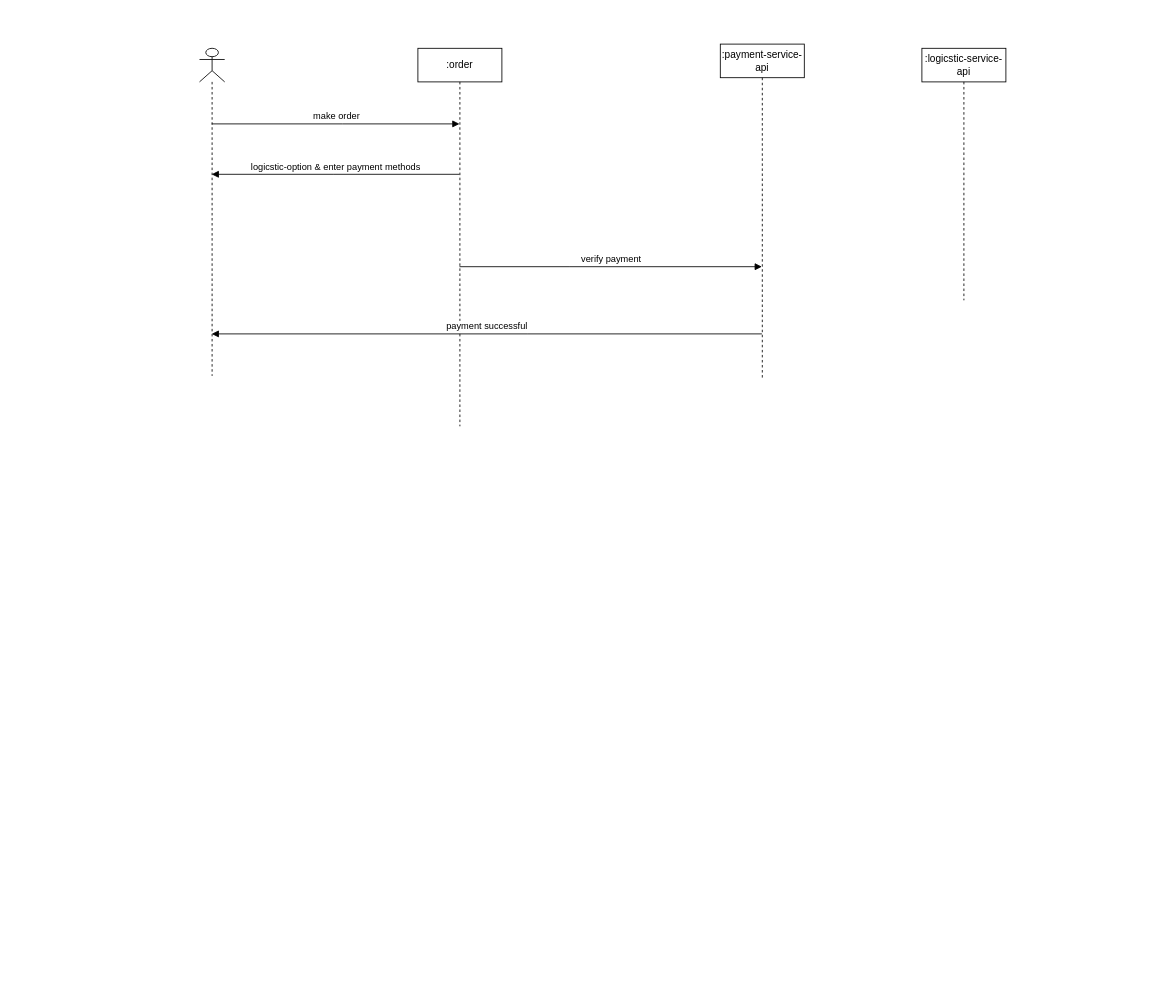
Above: uml1.drawio in huyga1185/buyit_cnpm (draw.io), before the change. Source tidied: cells renumbered, new cells numbered last; positions are measured from the earlier drawing's top-left corner, leaving out a move shared by most shapes. Both pictures are drawn from the tidied source at 84%, with x=0, y=0 at pixel (199, 44).
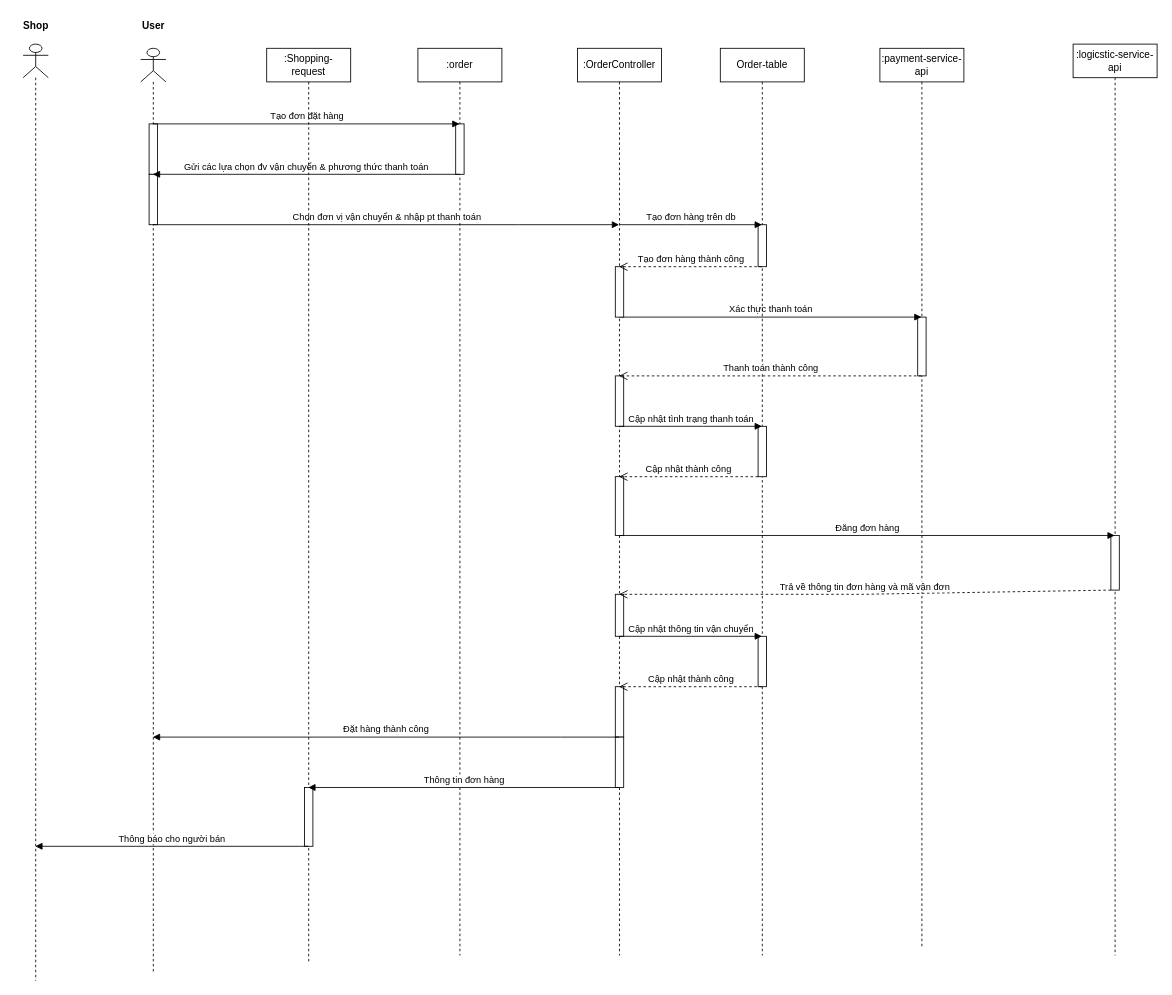
The same page after the edit.

Commit message:
Cập nhật uml1.drawio

Diff of the diagram source:
```diff
@@
     <mxCell id="2" style="shape=umlLifeline;perimeter=lifelinePerimeter;whiteSpace=wrap;html=1;outlineConnect=0;portConstraint=eastwest;newEdgeStyle={&quot;curved&quot;:0,&quot;rounded&quot;:0};participant=umlActor;" parent="1" vertex="1">
-      <mxGeometry y="5" width="30" height="390" as="geometry" />
+      <mxGeometry x="-70" y="5" width="30" height="1100" as="geometry" />
     </mxCell>
+    <mxCell id="10" style="html=1;perimeter=orthogonalPerimeter;targetShapes=umlLifeline;newEdgeStyle={&quot;curved&quot;:0,&quot;rounded&quot;:0};" parent="2" vertex="1">
+      <mxGeometry x="10" y="90" width="10" height="60" as="geometry" />
+    </mxCell>
+    <mxCell id="11" style="html=1;perimeter=orthogonalPerimeter;targetShapes=umlLifeline;newEdgeStyle={&quot;curved&quot;:0,&quot;rounded&quot;:0};" parent="2" vertex="1">
+      <mxGeometry x="10" y="150" width="10" height="60" as="geometry" />
+    </mxCell>
     <mxCell id="3" value=":order" style="shape=umlLifeline;perimeter=lifelinePerimeter;whiteSpace=wrap;html=1;outlineConnect=0;portConstraint=eastwest;newEdgeStyle={&quot;curved&quot;:0,&quot;rounded&quot;:0};" parent="1" vertex="1">
-      <mxGeometry x="260" y="5" width="100" height="450" as="geometry" />
+      <mxGeometry x="260" y="5" width="100" height="1080" as="geometry" />
     </mxCell>
+    <mxCell id="12" style="html=1;perimeter=orthogonalPerimeter;targetShapes=umlLifeline;newEdgeStyle={&quot;curved&quot;:0,&quot;rounded&quot;:0};" parent="3" vertex="1">
+      <mxGeometry x="45" y="90" width="10" height="60" as="geometry" />
+    </mxCell>
     <mxCell id="4" value=":payment-service-api" style="shape=umlLifeline;perimeter=lifelinePerimeter;whiteSpace=wrap;html=1;outlineConnect=0;portConstraint=eastwest;newEdgeStyle={&quot;curved&quot;:0,&quot;rounded&quot;:0};" parent="1" vertex="1">
-      <mxGeometry x="620" width="100" height="400" as="geometry" />
+      <mxGeometry x="810" y="5" width="100" height="1070" as="geometry" />
     </mxCell>
+    <mxCell id="13" style="html=1;perimeter=orthogonalPerimeter;targetShapes=umlLifeline;newEdgeStyle={&quot;curved&quot;:0,&quot;rounded&quot;:0};" parent="4" vertex="1">
+      <mxGeometry x="45" y="320" width="10" height="70" as="geometry" />
+    </mxCell>
     <mxCell id="5" value=":logicstic-service-api" style="shape=umlLifeline;perimeter=lifelinePerimeter;whiteSpace=wrap;html=1;outlineConnect=0;portConstraint=eastwest;newEdgeStyle={&quot;curved&quot;:0,&quot;rounded&quot;:0};" parent="1" vertex="1">
-      <mxGeometry x="860" y="5" width="100" height="300" as="geometry" />
+      <mxGeometry x="1040" width="100" height="1085" as="geometry" />
     </mxCell>
+    <mxCell id="14" style="html=1;points=[[0,0,0,0,5],[0,1,0,0,-5],[1,0,0,0,5],[1,1,0,0,-5]];perimeter=orthogonalPerimeter;outlineConnect=0;targetShapes=umlLifeline;portConstraint=eastwest;newEdgeStyle={&quot;curved&quot;:0,&quot;rounded&quot;:0};" parent="5" vertex="1">
+      <mxGeometry x="45" y="585" width="10" height="65" as="geometry" />
+    </mxCell>
-    <mxCell id="6" value="make order" style="html=1;verticalAlign=bottom;endArrow=block;curved=0;rounded=0;" parent="1" edge="1" source="2" target="3">
+    <mxCell id="6" value="Tạo đơn đặt hàng" style="html=1;verticalAlign=bottom;endArrow=block;curved=0;rounded=0;" parent="1" edge="1" source="2" target="3">
       <mxGeometry relative="1" as="geometry">
         <Array as="points">
           <mxPoint x="170" y="95" />
         </Array>
       </mxGeometry>
     </mxCell>
-    <mxCell id="7" value="verify payment" style="html=1;verticalAlign=bottom;endArrow=block;curved=0;rounded=0;" parent="1" edge="1" source="3" target="4">
+    <mxCell id="7" value="Xác thực thanh toán" style="html=1;verticalAlign=bottom;endArrow=block;curved=0;rounded=0;" parent="1" edge="1" source="20" target="4">
       <mxGeometry relative="1" as="geometry">
         <Array as="points">
-          <mxPoint x="440" y="265" />
+          <mxPoint x="660" y="325" />
         </Array>
       </mxGeometry>
     </mxCell>
-    <mxCell id="8" value="payment successful" style="html=1;verticalAlign=bottom;endArrow=block;curved=0;rounded=0;" parent="1" edge="1" source="4" target="2">
-      <mxGeometry relative="1" as="geometry">
-        <Array as="points">
-          <mxPoint x="390" y="345" />
-        </Array>
-      </mxGeometry>
-    </mxCell>
-    <mxCell id="9" value="logicstic-option &amp;amp; enter payment methods" style="html=1;verticalAlign=bottom;endArrow=block;curved=0;rounded=0;" parent="1" edge="1" source="3" target="2">
+    <mxCell id="9" value="Gửi các lựa chọn đv vận chuyển &amp;amp; phương thức thanh toán" style="html=1;verticalAlign=bottom;endArrow=block;curved=0;rounded=0;" parent="1" edge="1" source="3" target="2">
       <mxGeometry relative="1" as="geometry">
         <Array as="points">
           <mxPoint x="160" y="155" />
         </Array>
       </mxGeometry>
     </mxCell>
+    <mxCell id="15" value="Chọn đơn vị vận chuyển &amp;amp; nhập pt thanh toán" style="html=1;verticalAlign=bottom;endArrow=block;curved=0;rounded=0;" parent="1" edge="1" source="2" target="20">
+      <mxGeometry relative="1" as="geometry">
+        <Array as="points">
+          <mxPoint x="380" y="215" />
+        </Array>
+      </mxGeometry>
+    </mxCell>
+    <mxCell id="16" value="Order-table" style="shape=umlLifeline;perimeter=lifelinePerimeter;whiteSpace=wrap;html=1;outlineConnect=0;portConstraint=eastwest;newEdgeStyle={&quot;curved&quot;:0,&quot;rounded&quot;:0};" parent="1" vertex="1">
+      <mxGeometry x="620" y="5" width="100" height="1080" as="geometry" />
+    </mxCell>
+    <mxCell id="17" style="html=1;perimeter=orthogonalPerimeter;targetShapes=umlLifeline;newEdgeStyle={&quot;curved&quot;:0,&quot;rounded&quot;:0};" parent="16" vertex="1">
+      <mxGeometry x="45" y="210" width="10" height="50" as="geometry" />
+    </mxCell>
+    <mxCell id="18" style="html=1;points=[[0,0,0,0,5],[0,1,0,0,-5],[1,0,0,0,5],[1,1,0,0,-5]];perimeter=orthogonalPerimeter;outlineConnect=0;targetShapes=umlLifeline;portConstraint=eastwest;newEdgeStyle={&quot;curved&quot;:0,&quot;rounded&quot;:0};" parent="16" vertex="1">
+      <mxGeometry x="45" y="450" width="10" height="60" as="geometry" />
+    </mxCell>
+    <mxCell id="19" style="html=1;perimeter=orthogonalPerimeter;targetShapes=umlLifeline;newEdgeStyle={&quot;curved&quot;:0,&quot;rounded&quot;:0};" parent="16" vertex="1">
+      <mxGeometry x="45" y="700" width="10" height="60" as="geometry" />
+    </mxCell>
+    <mxCell id="20" value=":OrderController" style="shape=umlLifeline;perimeter=lifelinePerimeter;whiteSpace=wrap;html=1;outlineConnect=0;portConstraint=eastwest;newEdgeStyle={&quot;curved&quot;:0,&quot;rounded&quot;:0};" parent="1" vertex="1">
+      <mxGeometry x="450" y="5" width="100" height="1080" as="geometry" />
+    </mxCell>
+    <mxCell id="21" style="html=1;perimeter=orthogonalPerimeter;targetShapes=umlLifeline;newEdgeStyle={&quot;curved&quot;:0,&quot;rounded&quot;:0};" parent="20" vertex="1">
+      <mxGeometry x="45" y="260" width="10" height="60" as="geometry" />
+    </mxCell>
+    <mxCell id="22" style="html=1;perimeter=orthogonalPerimeter;targetShapes=umlLifeline;newEdgeStyle={&quot;curved&quot;:0,&quot;rounded&quot;:0};" parent="20" vertex="1">
+      <mxGeometry x="45" y="390" width="10" height="60" as="geometry" />
+    </mxCell>
+    <mxCell id="23" style="html=1;perimeter=orthogonalPerimeter;targetShapes=umlLifeline;newEdgeStyle={&quot;curved&quot;:0,&quot;rounded&quot;:0};" parent="20" vertex="1">
+      <mxGeometry x="45" y="510" width="10" height="70" as="geometry" />
+    </mxCell>
+    <mxCell id="24" style="html=1;perimeter=orthogonalPerimeter;targetShapes=umlLifeline;newEdgeStyle={&quot;curved&quot;:0,&quot;rounded&quot;:0};" parent="20" vertex="1">
+      <mxGeometry x="45" y="650" width="10" height="50" as="geometry" />
+    </mxCell>
+    <mxCell id="25" style="html=1;perimeter=orthogonalPerimeter;targetShapes=umlLifeline;newEdgeStyle={&quot;curved&quot;:0,&quot;rounded&quot;:0};" parent="20" vertex="1">
+      <mxGeometry x="45" y="760" width="10" height="60" as="geometry" />
+    </mxCell>
+    <mxCell id="26" style="html=1;perimeter=orthogonalPerimeter;targetShapes=umlLifeline;newEdgeStyle={&quot;curved&quot;:0,&quot;rounded&quot;:0};" parent="20" vertex="1">
+      <mxGeometry x="45" y="820" width="10" height="60" as="geometry" />
+    </mxCell>
+    <mxCell id="27" value="Tạo đơn hàng trên db" style="html=1;verticalAlign=bottom;endArrow=block;curved=0;rounded=0;" parent="1" edge="1" source="20" target="16">
+      <mxGeometry relative="1" as="geometry">
+        <Array as="points">
+          <mxPoint x="580" y="215" />
+        </Array>
+      </mxGeometry>
+    </mxCell>
+    <mxCell id="28" value="Cập nhật tình trạng thanh toán" style="html=1;verticalAlign=bottom;endArrow=block;curved=0;rounded=0;" parent="1" edge="1" source="20" target="16">
+      <mxGeometry relative="1" as="geometry">
+        <Array as="points">
+          <mxPoint x="600" y="455" />
+        </Array>
+      </mxGeometry>
+    </mxCell>
+    <mxCell id="29" value="Đăng đơn hàng" style="html=1;verticalAlign=bottom;endArrow=block;curved=0;rounded=0;" parent="1" edge="1" source="20" target="5">
+      <mxGeometry relative="1" as="geometry">
+        <Array as="points">
+          <mxPoint x="810" y="585" />
+        </Array>
+      </mxGeometry>
+    </mxCell>
+    <mxCell id="30" value="Thanh toán thành công" style="html=1;verticalAlign=bottom;endArrow=open;dashed=1;endSize=8;curved=0;rounded=0;" parent="1" edge="1" source="4" target="20">
+      <mxGeometry relative="1" as="geometry">
+        <Array as="points">
+          <mxPoint x="680" y="395" />
+        </Array>
+      </mxGeometry>
+    </mxCell>
+    <mxCell id="31" value="Tạo đơn hàng thành công" style="html=1;verticalAlign=bottom;endArrow=open;dashed=1;endSize=8;curved=0;rounded=0;" parent="1" edge="1" source="16" target="20">
+      <mxGeometry relative="1" as="geometry">
+        <Array as="points">
+          <mxPoint x="580" y="265" />
+        </Array>
+      </mxGeometry>
+    </mxCell>
+    <mxCell id="32" value="Cập nhật thành công" style="html=1;verticalAlign=bottom;endArrow=open;dashed=1;endSize=8;curved=0;rounded=0;" parent="1" edge="1" source="18" target="20">
+      <mxGeometry relative="1" as="geometry">
+        <Array as="points">
+          <mxPoint x="580" y="515" />
+        </Array>
+      </mxGeometry>
+    </mxCell>
+    <mxCell id="33" value="User" style="text;align=center;fontStyle=1;verticalAlign=middle;spacingLeft=3;spacingRight=3;strokeColor=none;html=1;" parent="1" vertex="1">
+      <mxGeometry x="-95" y="-35" width="80" height="26" as="geometry" />
+    </mxCell>
+    <mxCell id="34" style="shape=umlLifeline;perimeter=lifelinePerimeter;whiteSpace=wrap;html=1;outlineConnect=0;portConstraint=eastwest;newEdgeStyle={&quot;curved&quot;:0,&quot;rounded&quot;:0};participant=umlActor;" parent="1" vertex="1">
+      <mxGeometry x="-210" width="30" height="1115" as="geometry" />
+    </mxCell>
+    <mxCell id="35" value="Trả về thông tin đơn hàng và mã vận đơn" style="html=1;verticalAlign=bottom;endArrow=open;dashed=1;endSize=8;curved=0;rounded=0;" parent="1" edge="1" source="14" target="20">
+      <mxGeometry relative="1" as="geometry">
+        <Array as="points">
+          <mxPoint x="790" y="655" />
+        </Array>
+      </mxGeometry>
+    </mxCell>
+    <mxCell id="36" value=":Shopping-request" style="shape=umlLifeline;perimeter=lifelinePerimeter;whiteSpace=wrap;html=1;outlineConnect=0;portConstraint=eastwest;newEdgeStyle={&quot;curved&quot;:0,&quot;rounded&quot;:0};" parent="1" vertex="1">
+      <mxGeometry x="80" y="5" width="100" height="1090" as="geometry" />
+    </mxCell>
+    <mxCell id="37" style="html=1;perimeter=orthogonalPerimeter;targetShapes=umlLifeline;newEdgeStyle={&quot;curved&quot;:0,&quot;rounded&quot;:0};" parent="36" vertex="1">
+      <mxGeometry x="45" y="880" width="10" height="70" as="geometry" />
+    </mxCell>
+    <mxCell id="38" value="Cập nhật thông tin vận chuyển" style="html=1;verticalAlign=bottom;endArrow=block;curved=0;rounded=0;" parent="1" edge="1" source="20" target="16">
+      <mxGeometry relative="1" as="geometry">
+        <Array as="points">
+          <mxPoint x="610" y="705" />
+        </Array>
+      </mxGeometry>
+    </mxCell>
+    <mxCell id="39" value="Cập nhật thành công" style="html=1;verticalAlign=bottom;endArrow=open;dashed=1;endSize=8;curved=0;rounded=0;" parent="1" edge="1" source="16" target="20">
+      <mxGeometry relative="1" as="geometry">
+        <Array as="points">
+          <mxPoint x="630" y="765" />
+        </Array>
+      </mxGeometry>
+    </mxCell>
+    <mxCell id="40" value="Đặt hàng thành công" style="html=1;verticalAlign=bottom;endArrow=block;curved=0;rounded=0;" parent="1" edge="1" source="20" target="2">
+      <mxGeometry relative="1" as="geometry">
+        <Array as="points">
+          <mxPoint x="430" y="825" />
+        </Array>
+      </mxGeometry>
+    </mxCell>
+    <mxCell id="41" value="Thông tin đơn hàng" style="html=1;verticalAlign=bottom;endArrow=block;curved=0;rounded=0;" parent="1" edge="1" source="20" target="36">
+      <mxGeometry relative="1" as="geometry">
+        <Array as="points">
+          <mxPoint x="310" y="885" />
+        </Array>
+      </mxGeometry>
+    </mxCell>
+    <mxCell id="42" value="Thông báo cho người bán" style="html=1;verticalAlign=bottom;endArrow=block;curved=0;rounded=0;" parent="1" edge="1" source="36" target="34">
+      <mxGeometry relative="1" as="geometry">
+        <Array as="points">
+          <mxPoint x="120" y="955" />
+          <mxPoint x="-50" y="955" />
+        </Array>
+      </mxGeometry>
+    </mxCell>
+    <mxCell id="43" value="Shop" style="text;align=center;fontStyle=1;verticalAlign=middle;spacingLeft=3;spacingRight=3;strokeColor=none;html=1;" parent="1" vertex="1">
+      <mxGeometry x="-220" y="-35" width="50" height="26" as="geometry" />
+    </mxCell>
```
